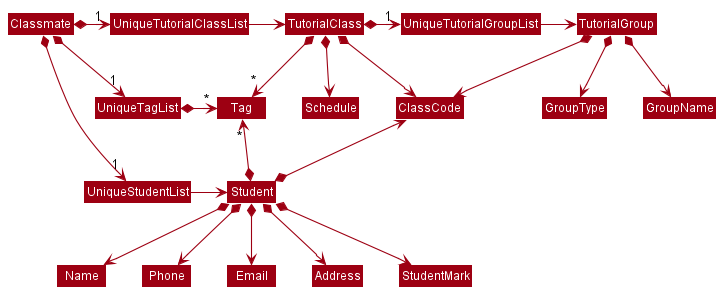
Above: docs/images/BetterModelClassDiagram.png in nus-cs2103-AY2122S1/tp (PlantUML), before the change.
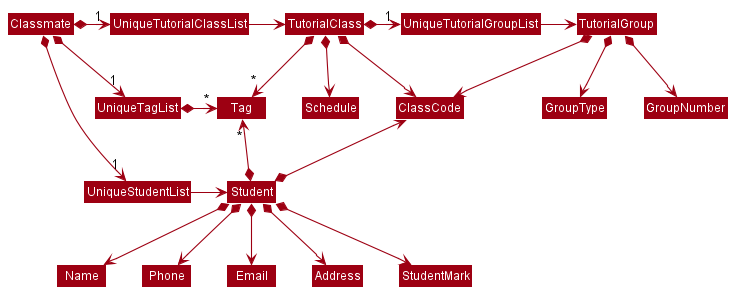
Above is the later version.

Commit message:
Change GroupName to GroupNumber in class diagrams

What changed in the source:
```diff
@@ -17,7 +17,7 @@
 UniqueTutorialGroupList -right-> TutorialGroup
 
 TutorialClass *-right-> "1" UniqueTutorialGroupList
-TutorialGroup *-down-> GroupName
+TutorialGroup *-down-> GroupNumber
 TutorialGroup *-down-> ClassCode
 TutorialGroup *-down-> GroupType
 TutorialClass *-down-> ClassCode
```
